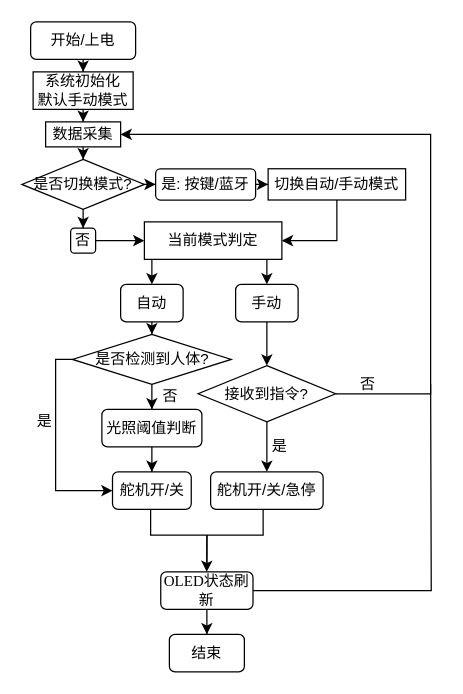
This is 模式切换逻辑图.drawio from Sunshinerainbowlittlehorse/draw_io, a draw.io file, before an edit. Source tidied: cells renumbered, new cells numbered last; positions are measured from the earlier drawing's top-left corner, leaving out a move shared by most shapes. Both pictures are drawn from the tidied source at 125%, with x=0, y=0 at pixel (21, 21).
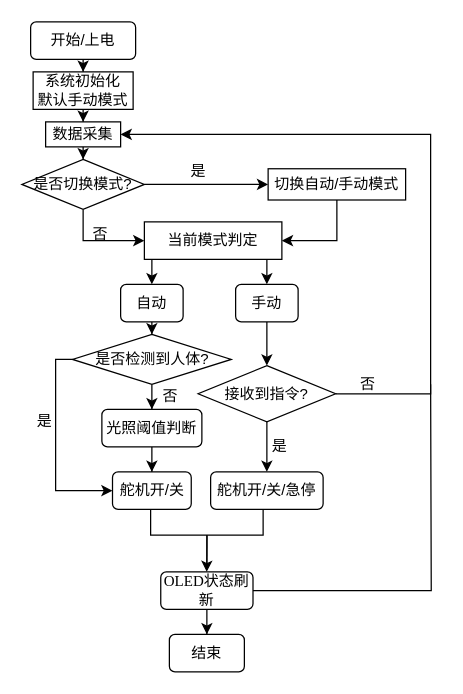
The same page after the edit.

Commit message:
模式切换逻辑图.drawio

Unchanged cells that the change refers to:
```xml
<mxCell id="10" value="&lt;font face=&quot;宋体&quot;&gt;是否切换模式?&lt;/font&gt;" style="rhombus;whiteSpace=wrap;html=1;" parent="1" vertex="1">
  <mxGeometry y="110" width="98" height="40" as="geometry" />
</mxCell>
<mxCell id="14" value="&lt;font face=&quot;宋体&quot;&gt;切换自动/手动模式&lt;/font&gt;" style="rounded=0;whiteSpace=wrap;html=1;" parent="1" vertex="1">
  <mxGeometry x="197" y="117.5" width="110" height="25" as="geometry" />
</mxCell>
<mxCell id="17" value="&lt;span style=&quot;font-family: 宋体;&quot;&gt;当前模式判定&lt;/span&gt;" style="rounded=0;whiteSpace=wrap;html=1;" parent="1" vertex="1">
  <mxGeometry x="98" y="160" width="110" height="30" as="geometry" />
</mxCell>
```

What changed in the source:
```diff
@@
-    <mxCell id="8" style="edgeStyle=orthogonalEdgeStyle;rounded=0;jettySize=auto;html=1;" parent="1" edge="1" source="10" target="12">
-      <mxGeometry relative="1" as="geometry" />
-    </mxCell>
-    <mxCell id="9" style="edgeStyle=orthogonalEdgeStyle;rounded=0;jettySize=auto;html=1;entryX=0.5;entryY=0;entryDx=0;entryDy=0;" parent="1" edge="1" source="10" target="16">
-      <mxGeometry relative="1" as="geometry" />
-    </mxCell>
+    <mxCell id="44" style="edgeStyle=orthogonalEdgeStyle;rounded=0;jettySize=auto;html=1;entryX=0;entryY=0.5;entryDx=0;entryDy=0;" parent="1" edge="1" source="10" target="14">
+      <mxGeometry relative="1" as="geometry" />
+    </mxCell>
+    <mxCell id="45" style="edgeStyle=orthogonalEdgeStyle;rounded=0;jettySize=auto;html=1;entryX=0;entryY=0.5;entryDx=0;entryDy=0;" parent="1" edge="1" source="10" target="17">
+      <mxGeometry relative="1" as="geometry" />
+    </mxCell>
@@
-    <mxCell id="11" style="edgeStyle=orthogonalEdgeStyle;rounded=0;jettySize=auto;html=1;" parent="1" edge="1" source="12" target="14">
-      <mxGeometry relative="1" as="geometry" />
-    </mxCell>
-    <mxCell id="12" value="&lt;font face=&quot;宋体&quot;&gt;是: 按键/蓝牙&lt;/font&gt;" style="rounded=1;whiteSpace=wrap;html=1;" parent="1" vertex="1">
-      <mxGeometry x="107" y="117.5" width="80" height="25" as="geometry" />
-    </mxCell>
@@
-    <mxCell id="15" style="edgeStyle=orthogonalEdgeStyle;rounded=0;jettySize=auto;html=1;endArrow=classic;endFill=1;entryX=0;entryY=0.5;entryDx=0;entryDy=0;exitX=1;exitY=0.5;exitDx=0;exitDy=0;" parent="1" edge="1" source="16" target="17">
-      <mxGeometry relative="1" as="geometry" />
-    </mxCell>
-    <mxCell id="16" value="&lt;font face=&quot;宋体&quot;&gt;否&lt;/font&gt;" style="rounded=1;whiteSpace=wrap;html=1;" parent="1" vertex="1">
-      <mxGeometry x="39" y="165" width="20" height="20" as="geometry" />
-    </mxCell>
@@
+    <mxCell id="46" value="&lt;font face=&quot;宋体&quot;&gt;是&lt;/font&gt;" style="text;html=1;whiteSpace=wrap;strokeColor=none;fillColor=none;align=center;verticalAlign=middle;rounded=0;" parent="1" vertex="1">
+      <mxGeometry x="132" y="110" width="19" height="20" as="geometry" />
+    </mxCell>
+    <mxCell id="16" value="&lt;font face=&quot;宋体&quot;&gt;否&lt;/font&gt;" style="text;html=1;whiteSpace=wrap;strokeColor=none;fillColor=none;align=center;verticalAlign=middle;rounded=0;" parent="1" vertex="1">
+      <mxGeometry x="52.5" y="160" width="20" height="20" as="geometry" />
+    </mxCell>
```
